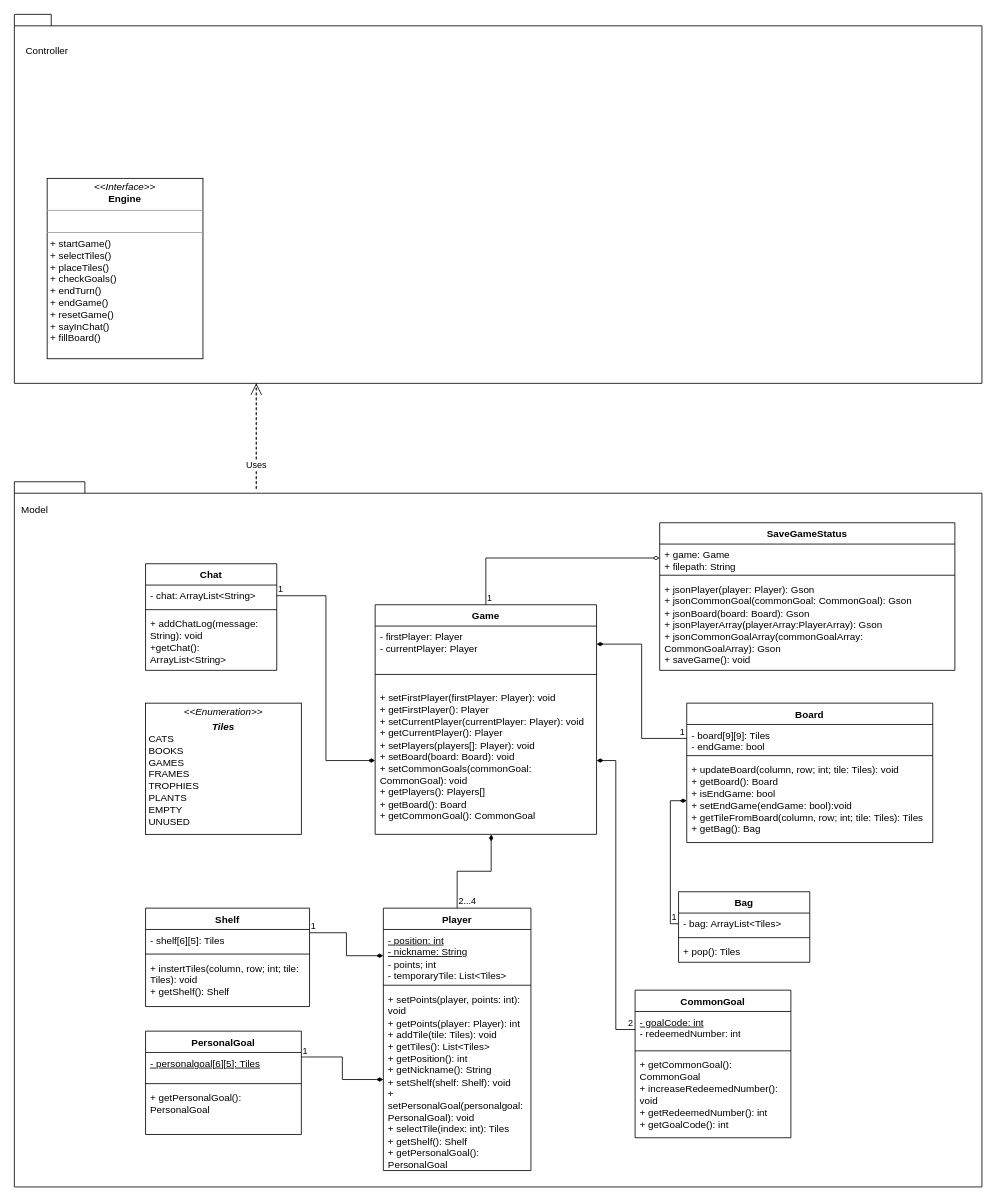
This is UMLs/InitialUML.drawio from Luisi-Parsani-Simoncini-Zanardi/ing-sw-2023-luisi-parsani-simoncini-zanardi, a draw.io file, before an edit. Source tidied: cells renumbered, new cells numbered last; positions are measured from the earlier drawing's top-left corner, leaving out a move shared by most shapes. Both pictures are drawn from the tidied source at 82%, with x=0, y=0 at pixel (14, 14).
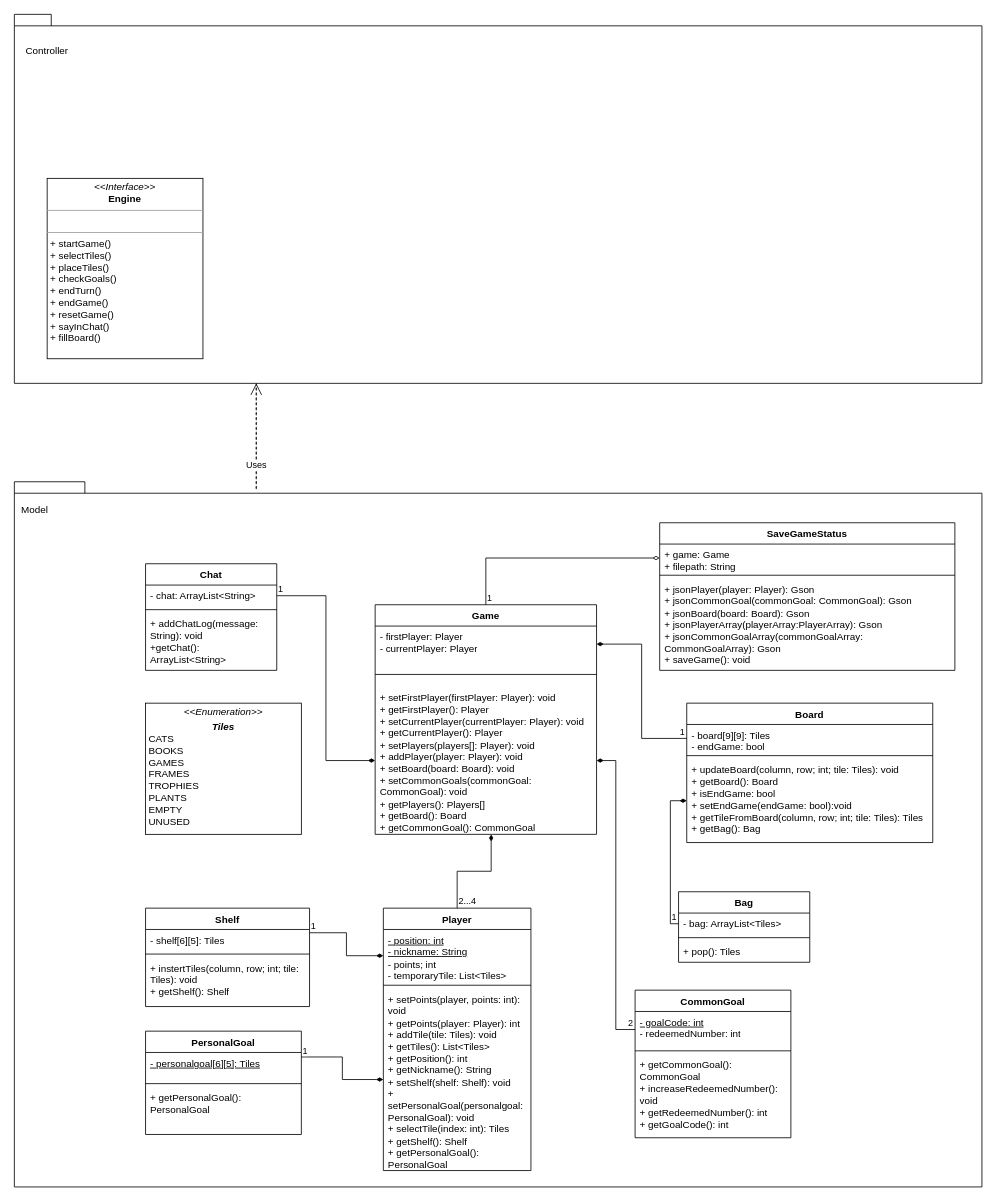
After the change.

Unchanged cells that the change refers to:
```xml
<mxCell id="3" value="Game" style="swimlane;fontStyle=1;align=center;verticalAlign=top;horizontal=1;startSize=26;whiteSpace=wrap;html=1;" parent="1" vertex="1">
  <mxGeometry x="440" y="720" width="270" height="280" as="geometry" />
</mxCell>
```

What changed in the source:
```diff
@@
-    <mxCell id="6" value="+ setFirstPlayer(firstPlayer: Player): void&lt;br style=&quot;border-color: var(--border-color);&quot;&gt;+ getFirstPlayer(): Player&lt;br&gt;+ setCurrentPlayer(currentPlayer: Player): void&lt;br style=&quot;border-color: var(--border-color);&quot;&gt;+ getCurrentPlayer(): Player&lt;br&gt;+ setPlayers(players[]: Player): void&lt;br&gt;+ setBoard(board: Board): void&lt;br&gt;+ setCommonGoals(commonGoal: CommonGoal): void&lt;br&gt;+ getPlayers(): Players[]&lt;br&gt;+ getBoard(): Board&lt;br&gt;+ getCommonGoal(): CommonGoal" style="text;strokeColor=none;fillColor=none;align=left;verticalAlign=top;spacingLeft=4;spacingRight=4;overflow=hidden;points=[[0,0.5],[1,0.5]];portConstraint=eastwest;whiteSpace=wrap;html=1;" parent="3" vertex="1">
+    <mxCell id="6" value="+ setFirstPlayer(firstPlayer: Player): void&lt;br style=&quot;border-color: var(--border-color);&quot;&gt;+ getFirstPlayer(): Player&lt;br&gt;+ setCurrentPlayer(currentPlayer: Player): void&lt;br style=&quot;border-color: var(--border-color);&quot;&gt;+ getCurrentPlayer(): Player&lt;br&gt;+ setPlayers(players[]: Player): void&lt;br&gt;+ addPlayer(player: Player): void&lt;br&gt;+ setBoard(board: Board): void&lt;br&gt;+ setCommonGoals(commonGoal: CommonGoal): void&lt;br&gt;+ getPlayers(): Players[]&lt;br&gt;+ getBoard(): Board&lt;br&gt;+ getCommonGoal(): CommonGoal" style="text;strokeColor=none;fillColor=none;align=left;verticalAlign=top;spacingLeft=4;spacingRight=4;overflow=hidden;points=[[0,0.5],[1,0.5]];portConstraint=eastwest;whiteSpace=wrap;html=1;" parent="3" vertex="1">
       <mxGeometry y="100" width="270" height="180" as="geometry" />
     </mxCell>
```
